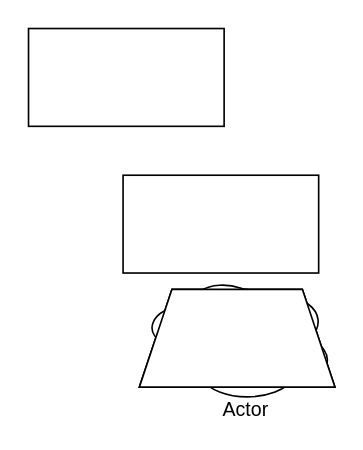
Earlier version of the draw.io diagram architecture/Subscriptions Manager App Architecture Diagram.drawio (karateka-git/subscriptions-manager). Source tidied: cells renumbered, new cells numbered last; positions are measured from the earlier drawing's top-left corner, leaving out a move shared by most shapes. Both pictures are drawn from the tidied source at 163%, with x=0, y=0 at pixel (28, 28).
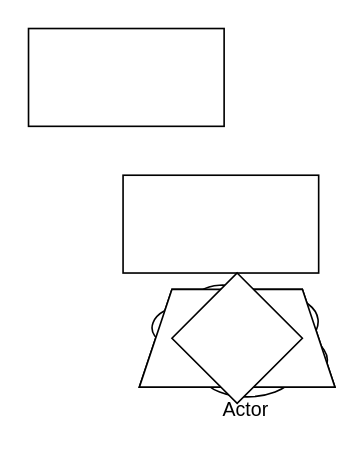
Above is the later version.

What changed in the source:
```diff
@@
 <mxGraphModel>
   <root>
     <mxCell id="0" />
     <mxCell id="1" parent="0" />
     <mxCell id="2" style="rounded=0;whiteSpace=wrap;html=1;" parent="1" vertex="1">
       <mxGeometry x="58" y="90" width="120" height="60" as="geometry" />
     </mxCell>
     <mxCell id="3" style="rounded=0;whiteSpace=wrap;html=1;" parent="1" vertex="1">
       <mxGeometry width="120" height="60" as="geometry" />
     </mxCell>
     <mxCell id="4" style="shape=trapezoid;perimeter=trapezoidPerimeter;whiteSpace=wrap;html=1;fixedSize=1;" parent="1" vertex="1">
       <mxGeometry x="68" y="160" width="120" height="60" as="geometry" />
     </mxCell>
     <mxCell id="5" style="ellipse;shape=cloud;whiteSpace=wrap;html=1;" parent="1" vertex="1">
       <mxGeometry x="68" y="150" width="120" height="80" as="geometry" />
     </mxCell>
     <mxCell id="6" value="Actor" style="shape=umlActor;verticalLabelPosition=bottom;verticalAlign=top;html=1;" parent="1" vertex="1">
       <mxGeometry x="118" y="160" width="30" height="60" as="geometry" />
     </mxCell>
     <mxCell id="7" style="shape=trapezoid;perimeter=trapezoidPerimeter;whiteSpace=wrap;html=1;fixedSize=1;" parent="1" vertex="1">
       <mxGeometry x="68" y="160" width="120" height="60" as="geometry" />
     </mxCell>
+    <mxCell id="8" style="rhombus;whiteSpace=wrap;html=1;" parent="1" vertex="1">
+      <mxGeometry x="88" y="150" width="80" height="80" as="geometry" />
+    </mxCell>
   </root>
 </mxGraphModel>
```
